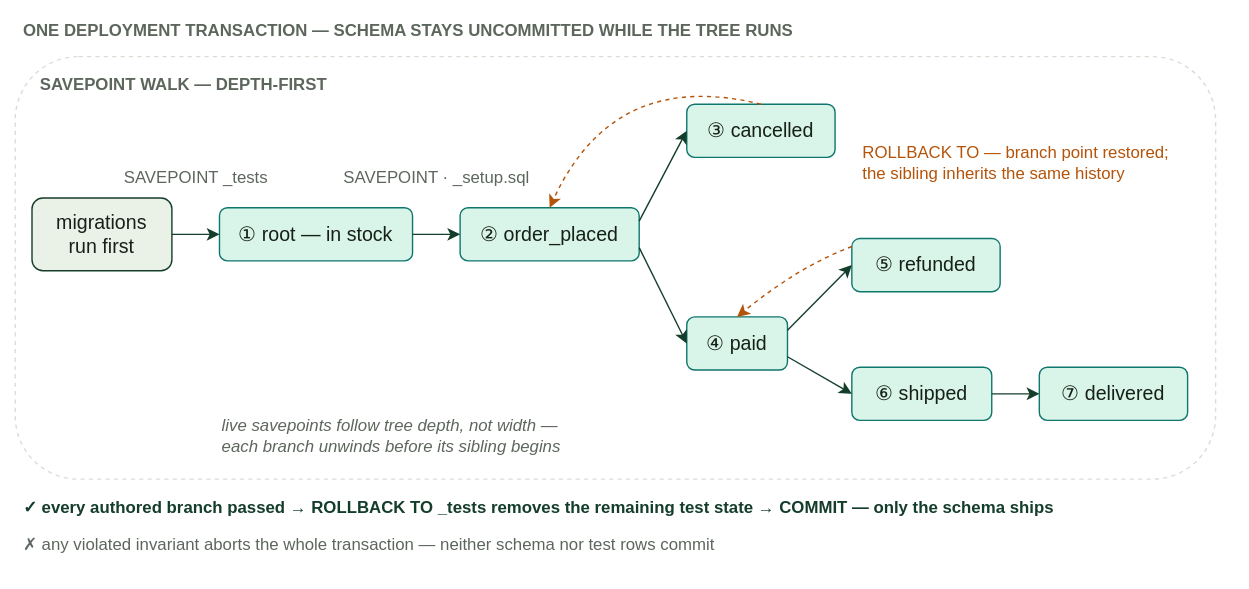
vvka-141/pgmi keeps this draw.io diagram as docs/diagrams/a07-scenario-tree-walk.drawio.svg. Above is the earlier version. Source tidied: cells renumbered, new cells last; positions are measured from the earlier drawing's top-left corner, leaving out a move shared by most shapes.
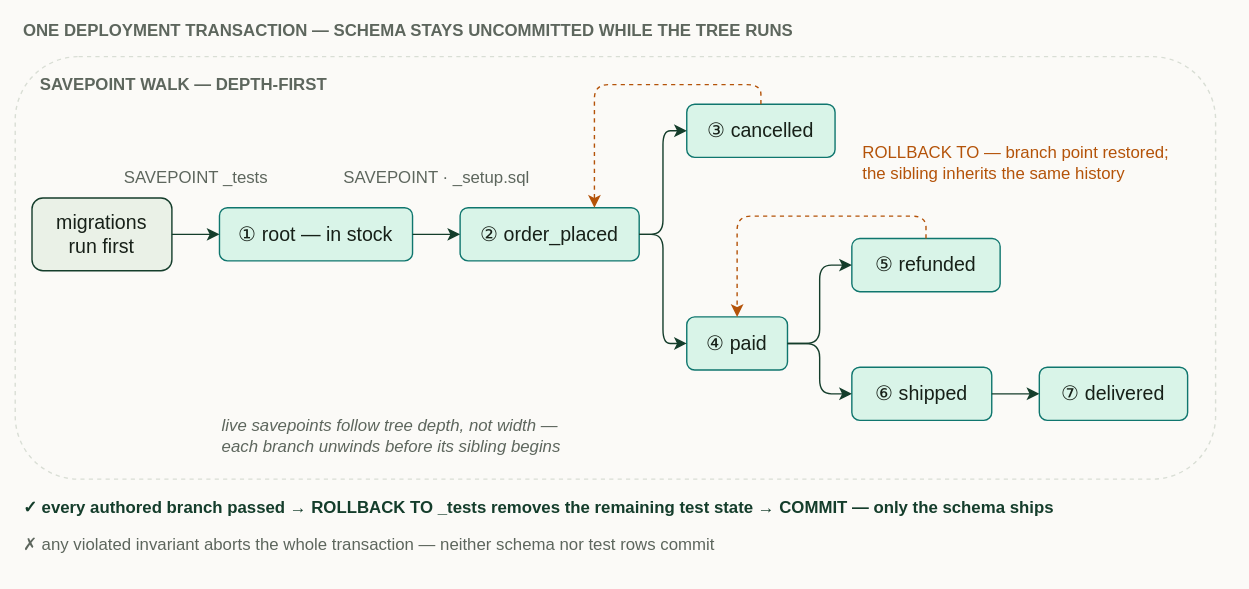
The same diagram one commit later.

What changed in the source:
```diff
@@ -41,38 +41,40 @@
     <mxCell id="14" value="SAVEPOINT · _setup.sql" style="text;html=1;align=center;verticalAlign=middle;fontColor=#5d665d;fontSize=12;" parent="1" vertex="1">
       <mxGeometry x="211" y="108" width="180" height="18" as="geometry" />
     </mxCell>
-    <mxCell id="15" style="edgeStyle=none;html=1;strokeColor=#143d2b;endArrow=classic;" parent="1" edge="1" source="5" target="6">
+    <mxCell id="15" style="edgeStyle=orthogonalEdgeStyle;rounded=1;html=1;strokeColor=#143d2b;endArrow=classic;" parent="1" edge="1" source="5" target="6">
       <mxGeometry relative="1" as="geometry" />
     </mxCell>
-    <mxCell id="16" style="edgeStyle=none;html=1;strokeColor=#143d2b;endArrow=classic;" parent="1" edge="1" source="6" target="7">
+    <mxCell id="16" style="edgeStyle=orthogonalEdgeStyle;rounded=1;html=1;strokeColor=#143d2b;endArrow=classic;" parent="1" edge="1" source="6" target="7">
       <mxGeometry relative="1" as="geometry" />
     </mxCell>
-    <mxCell id="17" style="edgeStyle=none;html=1;strokeColor=#143d2b;endArrow=classic;exitX=1;exitY=0.25;exitDx=0;exitDy=0;entryX=0;entryY=0.5;entryDx=0;entryDy=0;" parent="1" edge="1" source="7" target="8">
+    <mxCell id="17" style="edgeStyle=orthogonalEdgeStyle;rounded=1;html=1;strokeColor=#143d2b;endArrow=classic;exitX=1;exitY=0.5;entryX=0;entryY=0.5;" parent="1" edge="1" source="7" target="8">
       <mxGeometry relative="1" as="geometry" />
     </mxCell>
-    <mxCell id="18" style="edgeStyle=none;html=1;strokeColor=#143d2b;endArrow=classic;exitX=1;exitY=0.75;exitDx=0;exitDy=0;entryX=0;entryY=0.5;entryDx=0;entryDy=0;" parent="1" edge="1" source="7" target="9">
+    <mxCell id="18" style="edgeStyle=orthogonalEdgeStyle;rounded=1;html=1;strokeColor=#143d2b;endArrow=classic;exitX=1;exitY=0.5;entryX=0;entryY=0.5;" parent="1" edge="1" source="7" target="9">
       <mxGeometry relative="1" as="geometry" />
     </mxCell>
-    <mxCell id="19" style="edgeStyle=none;html=1;strokeColor=#143d2b;endArrow=classic;exitX=1;exitY=0.25;exitDx=0;exitDy=0;entryX=0;entryY=0.5;entryDx=0;entryDy=0;" parent="1" edge="1" source="9" target="10">
+    <mxCell id="19" style="edgeStyle=orthogonalEdgeStyle;rounded=1;html=1;strokeColor=#143d2b;endArrow=classic;exitX=1;exitY=0.5;entryX=0;entryY=0.5;" parent="1" edge="1" source="9" target="10">
       <mxGeometry relative="1" as="geometry" />
     </mxCell>
-    <mxCell id="20" style="edgeStyle=none;html=1;strokeColor=#143d2b;endArrow=classic;exitX=1;exitY=0.75;exitDx=0;exitDy=0;entryX=0;entryY=0.5;entryDx=0;entryDy=0;" parent="1" edge="1" source="9" target="11">
+    <mxCell id="20" style="edgeStyle=orthogonalEdgeStyle;rounded=1;html=1;strokeColor=#143d2b;endArrow=classic;exitX=1;exitY=0.5;entryX=0;entryY=0.5;" parent="1" edge="1" source="9" target="11">
       <mxGeometry relative="1" as="geometry" />
     </mxCell>
-    <mxCell id="21" style="edgeStyle=none;html=1;strokeColor=#143d2b;endArrow=classic;" parent="1" edge="1" source="11" target="12">
+    <mxCell id="21" style="edgeStyle=orthogonalEdgeStyle;rounded=1;html=1;strokeColor=#143d2b;endArrow=classic;" parent="1" edge="1" source="11" target="12">
       <mxGeometry relative="1" as="geometry" />
     </mxCell>
-    <mxCell id="22" style="edgeStyle=none;curved=1;html=1;strokeColor=#b45309;dashed=1;endArrow=classic;exitX=0.5;exitY=0;exitDx=0;exitDy=0;entryX=0.5;entryY=0;entryDx=0;entryDy=0;" parent="1" edge="1" source="8" target="7">
+    <mxCell id="22" style="edgeStyle=orthogonalEdgeStyle;rounded=1;html=1;strokeColor=#b45309;dashed=1;endArrow=classic;exitX=0.5;exitY=0;entryX=0.75;entryY=0;" parent="1" edge="1" source="8" target="7">
       <mxGeometry relative="1" as="geometry">
         <Array as="points">
-          <mxPoint x="428" y="38" />
+          <mxPoint x="533" y="50" />
+          <mxPoint x="414" y="50" />
         </Array>
       </mxGeometry>
     </mxCell>
-    <mxCell id="23" style="edgeStyle=none;curved=1;html=1;strokeColor=#b45309;dashed=1;endArrow=classic;exitX=0;exitY=0.15;exitDx=0;exitDy=0;entryX=0.5;entryY=0;entryDx=0;entryDy=0;" parent="1" edge="1" source="10" target="9">
+    <mxCell id="23" style="edgeStyle=orthogonalEdgeStyle;rounded=1;html=1;strokeColor=#b45309;dashed=1;endArrow=classic;exitX=0.5;exitY=0;entryX=0.5;entryY=0;" parent="1" edge="1" source="10" target="9">
       <mxGeometry relative="1" as="geometry">
         <Array as="points">
-          <mxPoint x="560" y="180" />
+          <mxPoint x="651" y="144" />
+          <mxPoint x="516" y="144" />
         </Array>
       </mxGeometry>
     </mxCell>
```
